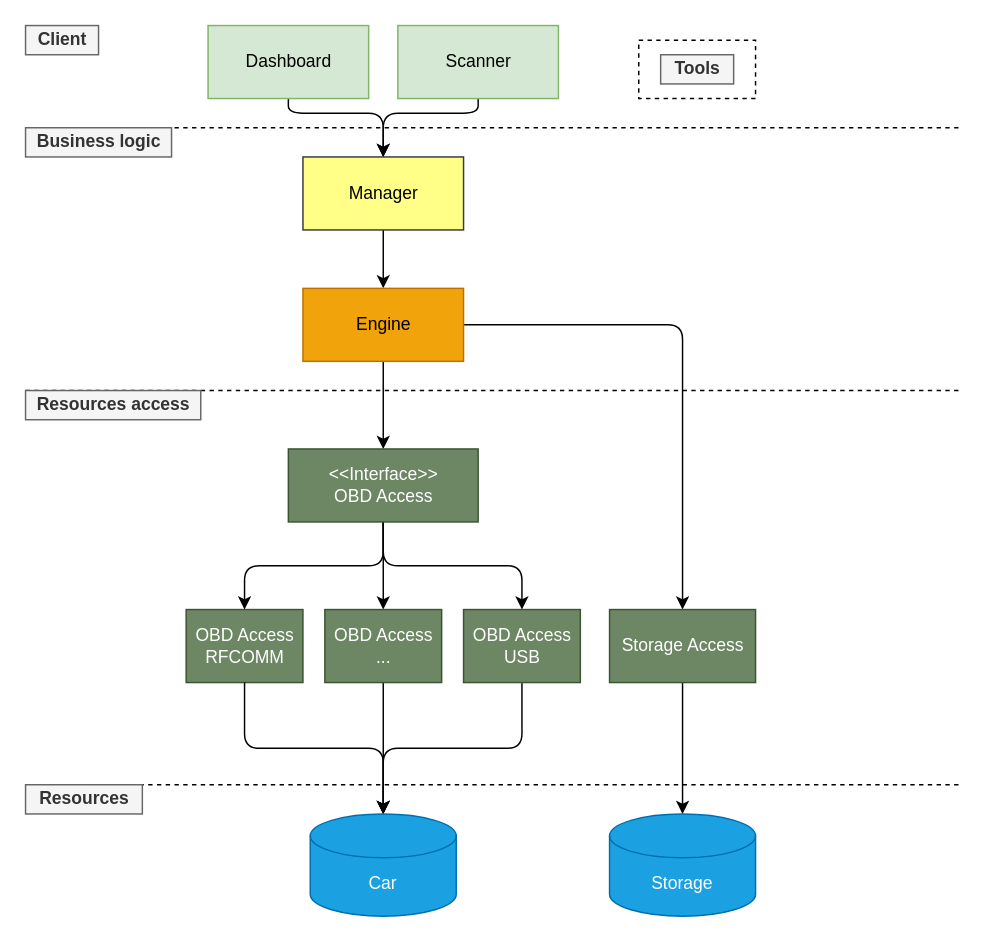
The draw.io diagram page "System project" (1 of 3) of Documentation/Fluffy dashboard architecture.drawio in avatarp/fluffy-dashboard, before the edit. Source tidied: cells renumbered, new cells numbered last; positions are measured from the earlier drawing's top-left corner, leaving out a move shared by most shapes. Both pictures are drawn from the tidied source at 146%, with x=0, y=0 at pixel (25, 25).
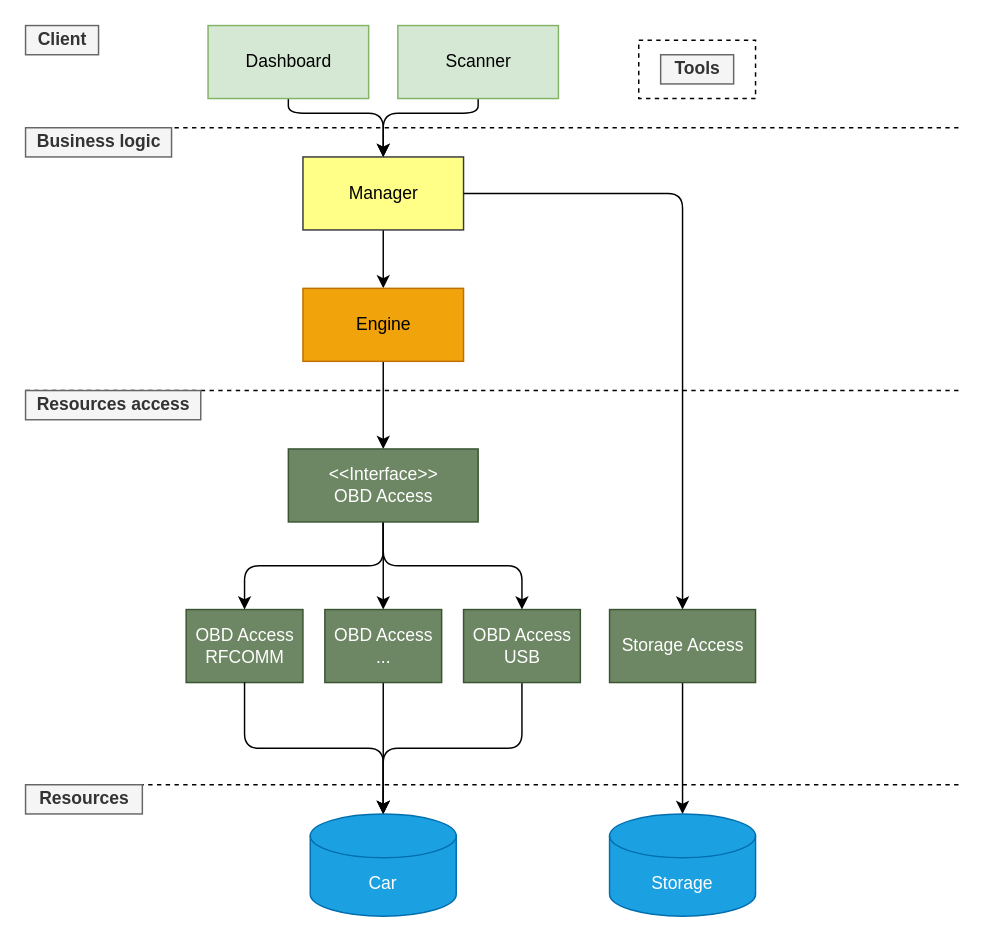
The same page after the edit.

The change refers to these unchanged cells:
```xml
<mxCell id="6" value="&lt;div&gt;Manager&lt;/div&gt;" style="html=1;fillColor=#ffff88;strokeColor=#36393d;" parent="1" vertex="1">
  <mxGeometry x="190" y="90" width="110" height="50" as="geometry" />
</mxCell>
<mxCell id="9" value="Engine" style="html=1;fillColor=#f0a30a;fontColor=#000000;strokeColor=#BD7000;" parent="1" vertex="1">
  <mxGeometry x="190" y="180" width="110" height="50" as="geometry" />
</mxCell>
<mxCell id="18" value="Storage Access" style="html=1;fillColor=#6d8764;fontColor=#ffffff;strokeColor=#3A5431;" parent="1" vertex="1">
  <mxGeometry x="400" y="400" width="100" height="50" as="geometry" />
</mxCell>
```

What changed in the source:
```diff
@@
-    <mxCell id="8" style="edgeStyle=orthogonalEdgeStyle;rounded=1;jettySize=auto;html=1;exitX=1;exitY=0.5;exitDx=0;exitDy=0;entryX=0.5;entryY=0;entryDx=0;entryDy=0;" parent="1" edge="1" source="9" target="18">
+    <mxCell id="8" style="edgeStyle=orthogonalEdgeStyle;rounded=1;jettySize=auto;html=1;exitX=1;exitY=0.5;exitDx=0;exitDy=0;entryX=0.5;entryY=0;entryDx=0;entryDy=0;" parent="1" edge="1" source="6" target="18">
       <mxGeometry relative="1" as="geometry" />
     </mxCell>
```
